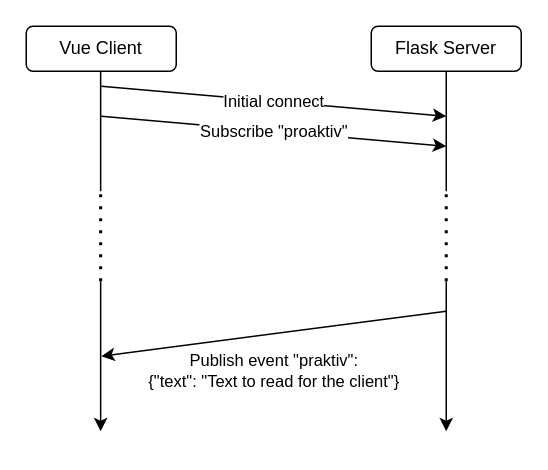
Above: docs/models/socketio.drawio in tina-hoeflich/personal-digital-agent (draw.io), before the change. Source tidied: cells renumbered, new cells numbered last; positions are measured from the earlier drawing's top-left corner, leaving out a move shared by most shapes. Both pictures are drawn from the tidied source at 150%, with x=0, y=0 at pixel (26, 26).
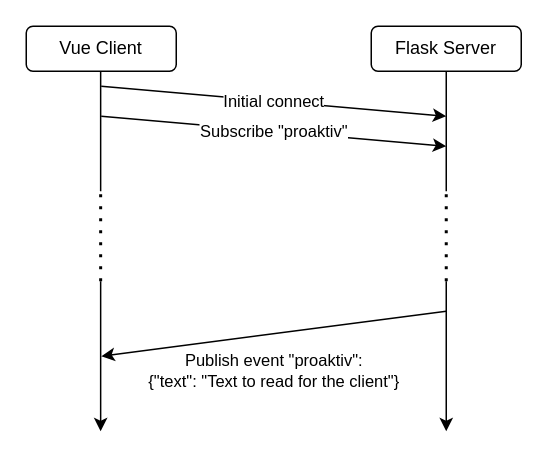
Above is the later version.

Commit message (it also covers changes not shown here):
Add sparsupport sequenz diagram

Diff of the diagram source:
```diff
@@
-    <mxCell id="7" value="Publish event &quot;praktiv&quot;:&lt;br&gt;{&quot;text&quot;: &quot;Text to read for the client&quot;}" style="endArrow=classic;html=1;labelBackgroundColor=none;" parent="1" edge="1">
+    <mxCell id="7" value="Publish event &quot;proaktiv&quot;:&lt;br&gt;{&quot;text&quot;: &quot;Text to read for the client&quot;}" style="endArrow=classic;html=1;labelBackgroundColor=none;" parent="1" edge="1">
       <mxGeometry x="0.03" y="25" relative="1" as="geometry">
         <mxPoint x="280" y="190" as="sourcePoint" />
         <mxPoint x="50" y="220" as="targetPoint" />
       </mxGeometry>
     </mxCell>
```
